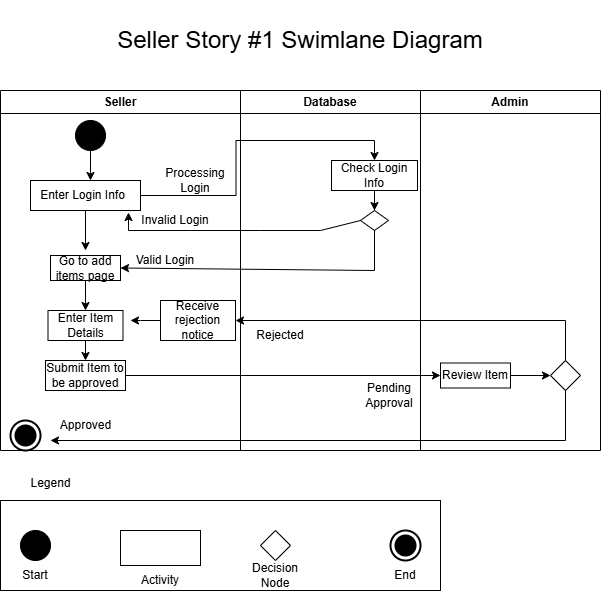
The draw.io diagram Diagrams/Seller1Swimlane.png in Njscott03/IntroSE2025, before a commit. Source tidied: cells renumbered, new cells last; positions are measured from the earlier drawing's top-left corner, leaving out a move shared by most shapes.
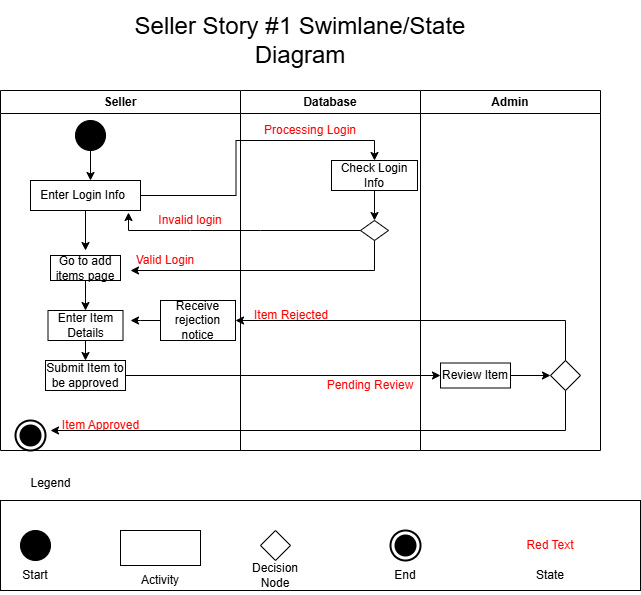
The same file after the commit.

Commit message:
#5: Swimlane diagram for Seller Story 1 edited to make it more clear that it's also supposed to function as a state diagram.

Diff of the diagram source:
```diff
@@ -19,9 +19,6 @@
     <mxCell id="6" value="Enter Login Info" style="text;strokeColor=none;align=center;fillColor=none;html=1;verticalAlign=middle;whiteSpace=wrap;rounded=0;" parent="2" vertex="1">
       <mxGeometry x="35" y="95" width="95" height="20" as="geometry" />
     </mxCell>
-    <mxCell id="7" value="Processing Login" style="text;strokeColor=none;align=center;fillColor=none;html=1;verticalAlign=middle;whiteSpace=wrap;rounded=0;rotation=0;" parent="2" vertex="1">
-      <mxGeometry x="160" y="80" width="70" height="20" as="geometry" />
-    </mxCell>
     <mxCell id="8" value="Go to add items page" style="rounded=0;whiteSpace=wrap;html=1;" parent="2" vertex="1">
       <mxGeometry x="50" y="165" width="70" height="25" as="geometry" />
     </mxCell>
@@ -52,17 +49,17 @@
     <mxCell id="15" value="Receive rejection notice" style="rounded=0;whiteSpace=wrap;html=1;" parent="2" vertex="1">
       <mxGeometry x="160" y="210" width="75" height="40" as="geometry" />
     </mxCell>
-    <mxCell id="16" value="Approved" style="text;html=1;align=center;verticalAlign=middle;strokeColor=none;fillColor=none;" parent="2" vertex="1">
-      <mxGeometry x="50" y="320" width="70" height="30" as="geometry" />
+    <mxCell id="16" value="&lt;font style=&quot;color: rgb(255, 0, 0);&quot;&gt;Item Approved&lt;/font&gt;" style="text;html=1;align=center;verticalAlign=middle;strokeColor=none;fillColor=none;" parent="2" vertex="1">
+      <mxGeometry x="50" y="320" width="100" height="30" as="geometry" />
     </mxCell>
-    <mxCell id="17" value="Invalid Login" style="text;html=1;align=center;verticalAlign=middle;whiteSpace=wrap;rounded=0;" parent="2" vertex="1">
-      <mxGeometry x="140" y="120" width="70" height="20" as="geometry" />
+    <mxCell id="17" value="&lt;font color=&quot;#ff0000&quot;&gt;Invalid login&lt;/font&gt;" style="text;html=1;align=center;verticalAlign=middle;whiteSpace=wrap;rounded=0;" parent="2" vertex="1">
+      <mxGeometry x="140" y="120" width="100" height="20" as="geometry" />
     </mxCell>
-    <mxCell id="18" value="Valid Login" style="text;html=1;align=center;verticalAlign=middle;whiteSpace=wrap;rounded=0;" parent="2" vertex="1">
+    <mxCell id="18" value="&lt;font style=&quot;color: rgb(255, 0, 0);&quot;&gt;Valid Login&lt;/font&gt;" style="text;html=1;align=center;verticalAlign=middle;whiteSpace=wrap;rounded=0;" parent="2" vertex="1">
       <mxGeometry x="130" y="160" width="70" height="20" as="geometry" />
     </mxCell>
     <mxCell id="19" style="html=1;shape=mxgraph.sysml.actFinal;strokeWidth=2;verticalLabelPosition=bottom;verticalAlignment=top;" parent="2" vertex="1">
-      <mxGeometry x="10" y="330" width="30" height="30" as="geometry" />
+      <mxGeometry x="15" y="330" width="30" height="30" as="geometry" />
     </mxCell>
     <mxCell id="20" value="Admin" style="swimlane;whiteSpace=wrap;html=1;" parent="1" vertex="1">
       <mxGeometry x="420" y="90" width="180" height="360" as="geometry" />
@@ -78,17 +75,17 @@
     </mxCell>
     <mxCell id="24" style="endArrow=classic;html=1;rounded=0;exitX=0.5;exitY=1;exitDx=0;exitDy=0;" parent="20" edge="1" source="23">
       <mxGeometry relative="1" as="geometry">
-        <mxPoint x="-370" y="350" as="targetPoint" />
+        <mxPoint x="-370" y="340" as="targetPoint" />
         <Array as="points">
-          <mxPoint x="145" y="350" />
+          <mxPoint x="145" y="340" />
         </Array>
       </mxGeometry>
     </mxCell>
     <mxCell id="25" value="Database" style="swimlane;whiteSpace=wrap;html=1;" parent="1" vertex="1">
       <mxGeometry x="240" y="90" width="180" height="360" as="geometry" />
     </mxCell>
-    <mxCell id="26" value="Rejected" style="text;html=1;align=center;verticalAlign=middle;whiteSpace=wrap;rounded=0;" parent="25" vertex="1">
-      <mxGeometry x="10" y="230" width="60" height="30" as="geometry" />
+    <mxCell id="26" value="&lt;font style=&quot;color: rgb(255, 0, 0);&quot;&gt;Item Rejected&lt;/font&gt;" style="text;html=1;align=center;verticalAlign=middle;whiteSpace=wrap;rounded=0;" parent="25" vertex="1">
+      <mxGeometry x="11" y="210" width="80" height="30" as="geometry" />
     </mxCell>
     <mxCell id="27" style="edgeStyle=orthogonalEdgeStyle;rounded=0;jettySize=auto;html=1;entryX=0.5;entryY=0;entryDx=0;entryDy=0;" parent="25" edge="1" source="28" target="29">
       <mxGeometry relative="1" as="geometry" />
@@ -97,11 +94,14 @@
       <mxGeometry x="91" y="70" width="86" height="30" as="geometry" />
     </mxCell>
     <mxCell id="29" style="rhombus;whiteSpace=wrap;html=1;" parent="25" vertex="1">
-      <mxGeometry x="120" y="120" width="28" height="20" as="geometry" />
+      <mxGeometry x="120" y="130" width="28" height="20" as="geometry" />
     </mxCell>
-    <mxCell id="30" value="Pending Approval" style="text;strokeColor=none;align=center;fillColor=none;html=1;verticalAlign=middle;whiteSpace=wrap;rounded=0;" parent="25" vertex="1">
-      <mxGeometry x="124" y="290" width="50" height="30" as="geometry" />
+    <mxCell id="30" value="&lt;font style=&quot;color: rgb(255, 0, 0);&quot;&gt;Pending Review&lt;/font&gt;" style="text;strokeColor=none;align=center;fillColor=none;html=1;verticalAlign=middle;whiteSpace=wrap;rounded=0;" parent="25" vertex="1">
+      <mxGeometry x="83" y="280" width="94" height="30" as="geometry" />
     </mxCell>
+    <mxCell id="7" value="&lt;font style=&quot;color: rgb(255, 0, 0);&quot;&gt;Processing Login&lt;/font&gt;" style="text;strokeColor=none;align=center;fillColor=none;html=1;verticalAlign=middle;whiteSpace=wrap;rounded=0;rotation=0;" parent="25" vertex="1">
+      <mxGeometry x="20" y="30" width="100" height="20" as="geometry" />
+    </mxCell>
     <mxCell id="31" style="edgeStyle=orthogonalEdgeStyle;rounded=0;jettySize=auto;html=1;entryX=0.5;entryY=0;entryDx=0;entryDy=0;" parent="1" edge="1" source="3" target="28">
       <mxGeometry relative="1" as="geometry" />
     </mxCell>
@@ -115,15 +115,15 @@
     <mxCell id="33" style="endArrow=classic;html=1;rounded=0;exitX=0;exitY=0.5;exitDx=0;exitDy=0;entryX=0.891;entryY=1.067;entryDx=0;entryDy=0;entryPerimeter=0;" parent="1" edge="1" source="29" target="3">
       <mxGeometry relative="1" as="geometry">
         <Array as="points">
-          <mxPoint x="320" y="230" />
           <mxPoint x="260" y="230" />
           <mxPoint x="190" y="230" />
           <mxPoint x="128" y="230" />
         </Array>
       </mxGeometry>
     </mxCell>
-    <mxCell id="34" style="endArrow=classic;html=1;rounded=0;entryX=1;entryY=0.5;entryDx=0;entryDy=0;exitX=0.5;exitY=1;exitDx=0;exitDy=0;" parent="1" edge="1" source="29" target="8">
+    <mxCell id="34" style="endArrow=classic;html=1;rounded=0;exitX=0.5;exitY=1;exitDx=0;exitDy=0;" parent="1" edge="1" source="29">
       <mxGeometry relative="1" as="geometry">
+        <mxPoint x="130" y="270" as="targetPoint" />
         <Array as="points">
           <mxPoint x="374" y="270" />
         </Array>
@@ -132,11 +132,11 @@
     <mxCell id="35" style="edgeStyle=orthogonalEdgeStyle;rounded=0;jettySize=auto;html=1;" parent="1" edge="1" source="12" target="22">
       <mxGeometry relative="1" as="geometry" />
     </mxCell>
-    <mxCell id="36" value="&lt;font style=&quot;font-size: 24px;&quot;&gt;Seller Story #1 Swimlane Diagram&lt;/font&gt;" style="text;html=1;align=center;verticalAlign=middle;whiteSpace=wrap;rounded=0;" parent="1" vertex="1">
+    <mxCell id="36" value="&lt;font style=&quot;font-size: 24px;&quot;&gt;Seller Story #1 Swimlane/State Diagram&lt;/font&gt;" style="text;html=1;align=center;verticalAlign=middle;whiteSpace=wrap;rounded=0;" parent="1" vertex="1">
       <mxGeometry x="110" width="380" height="80" as="geometry" />
     </mxCell>
     <mxCell id="37" style="rounded=0;whiteSpace=wrap;html=1;" parent="1" vertex="1">
-      <mxGeometry y="500" width="440" height="90" as="geometry" />
+      <mxGeometry y="500" width="640" height="90" as="geometry" />
     </mxCell>
     <mxCell id="38" value="Legend" style="text;html=1;align=center;verticalAlign=middle;strokeColor=none;fillColor=none;" parent="1" vertex="1">
       <mxGeometry x="20" y="468" width="60" height="30" as="geometry" />
@@ -165,5 +165,11 @@
     <mxCell id="46" value="Decision Node" style="text;html=1;align=center;verticalAlign=middle;whiteSpace=wrap;rounded=0;" parent="1" vertex="1">
       <mxGeometry x="245" y="560" width="60" height="30" as="geometry" />
     </mxCell>
+    <mxCell id="47" value="&lt;font style=&quot;color: rgb(255, 0, 0);&quot;&gt;Red Text&lt;/font&gt;" style="text;html=1;align=center;verticalAlign=middle;whiteSpace=wrap;rounded=0;" parent="1" vertex="1">
+      <mxGeometry x="520" y="530" width="60" height="30" as="geometry" />
+    </mxCell>
+    <mxCell id="48" value="State" style="text;html=1;align=center;verticalAlign=middle;whiteSpace=wrap;rounded=0;" parent="1" vertex="1">
+      <mxGeometry x="520" y="560" width="60" height="30" as="geometry" />
+    </mxCell>
   </root>
 </mxGraphModel>
```
